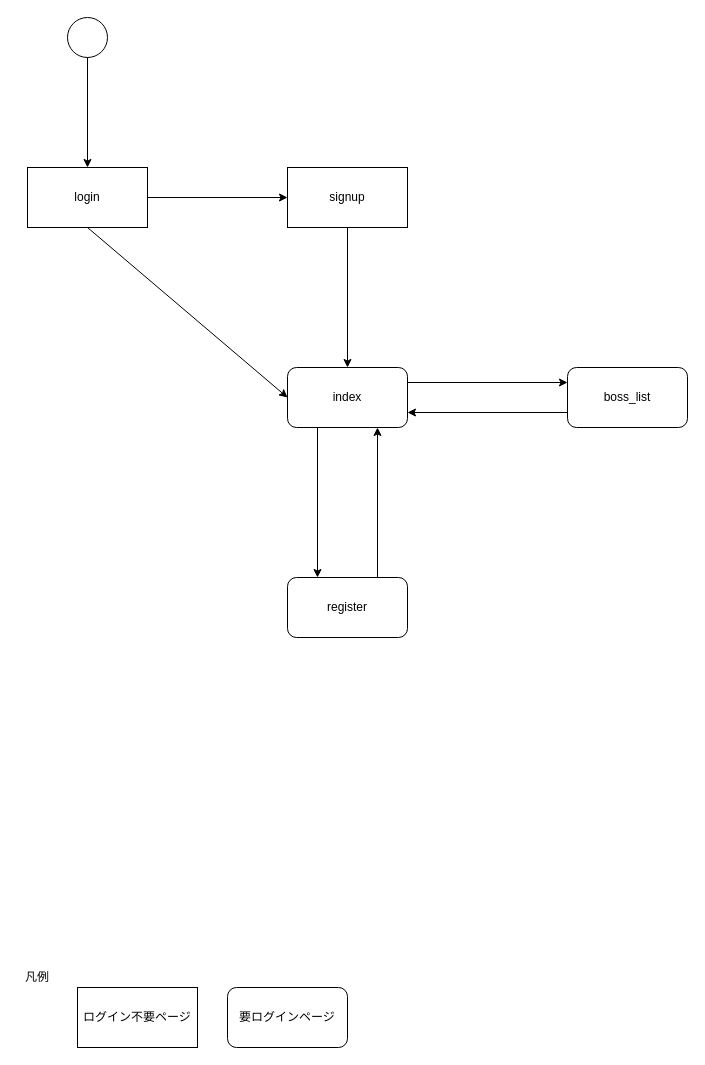
The draw.io diagram doc/page_transition.drawio in retore404/maple_boss_logger, before the edit. Source tidied: cells renumbered, new cells numbered last; positions are measured from the earlier drawing's top-left corner, leaving out a move shared by most shapes. Both pictures are drawn from the tidied source at 100%, with x=0, y=0 at pixel (17, 17).
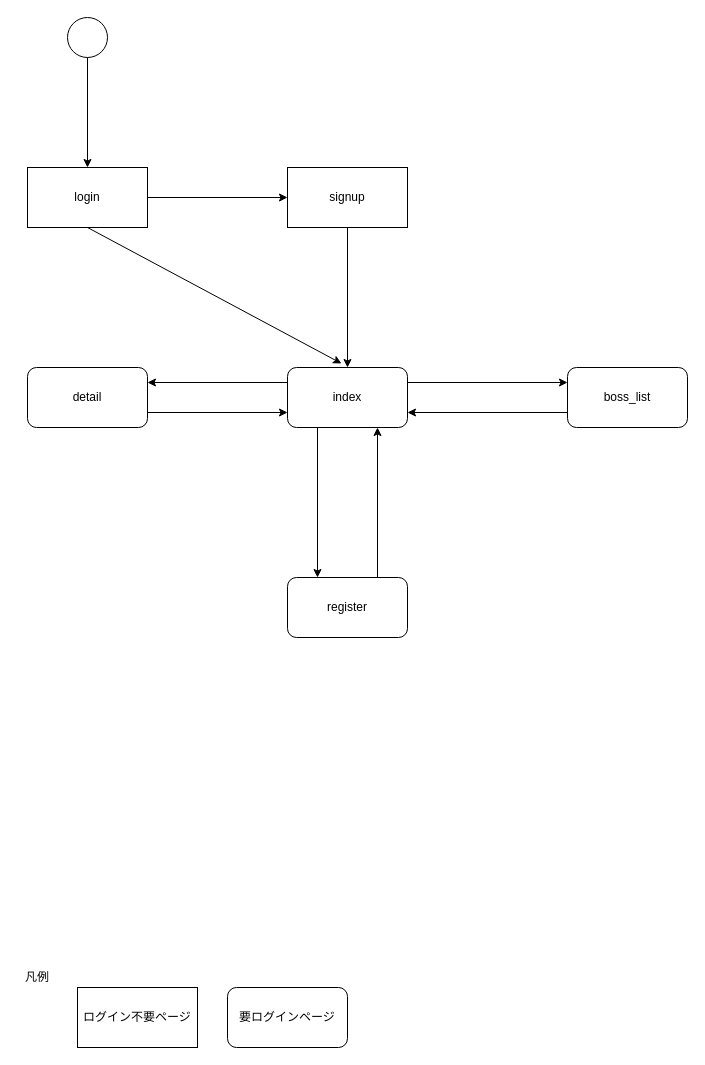
The same diagram, later.

Commit message:
modify: detailページを復活

The change refers to these unchanged cells:
```xml
<mxCell id="4" value="login" style="rounded=0;whiteSpace=wrap;html=1;" parent="1" vertex="1">
  <mxGeometry x="10" y="150" width="120" height="60" as="geometry" />
</mxCell>
<mxCell id="7" value="index" style="rounded=1;whiteSpace=wrap;html=1;" parent="1" vertex="1">
  <mxGeometry x="270" y="350" width="120" height="60" as="geometry" />
</mxCell>
```

Diff of the diagram source:
```diff
@@
-    <mxCell id="8" style="endArrow=classic;html=1;exitX=0.5;exitY=1;exitDx=0;exitDy=0;entryX=0;entryY=0.5;entryDx=0;entryDy=0;" parent="1" edge="1" source="4" target="7">
+    <mxCell id="8" style="endArrow=classic;html=1;exitX=0.5;exitY=1;exitDx=0;exitDy=0;entryX=0.45;entryY=-0.067;entryDx=0;entryDy=0;entryPerimeter=0;" parent="1" edge="1" source="4" target="7">
       <mxGeometry relative="1" as="geometry" />
     </mxCell>
@@
+    <mxCell id="19" value="detail" style="rounded=1;whiteSpace=wrap;html=1;" parent="1" vertex="1">
+      <mxGeometry x="10" y="350" width="120" height="60" as="geometry" />
+    </mxCell>
+    <mxCell id="20" style="endArrow=classic;html=1;exitX=0;exitY=0.25;exitDx=0;exitDy=0;entryX=1;entryY=0.25;entryDx=0;entryDy=0;" parent="1" edge="1" source="7" target="19">
+      <mxGeometry relative="1" as="geometry" />
+    </mxCell>
+    <mxCell id="21" style="endArrow=classic;html=1;exitX=1;exitY=0.75;exitDx=0;exitDy=0;entryX=0;entryY=0.75;entryDx=0;entryDy=0;" parent="1" edge="1" source="19" target="7">
+      <mxGeometry relative="1" as="geometry" />
+    </mxCell>
```
